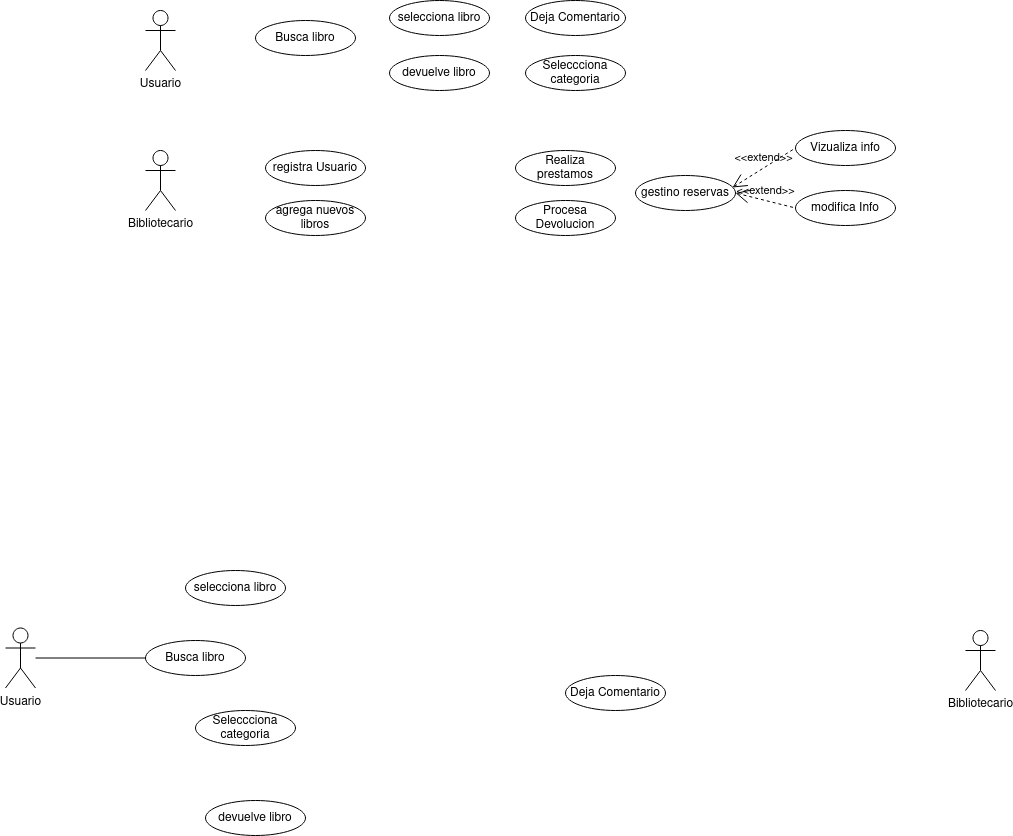
Above: practicas/DiagramaCUProyecto.png in adogonz23/programacion (draw.io), before the change. Source tidied: cells renumbered, new cells last; positions are measured from the earlier drawing's top-left corner, leaving out a move shared by most shapes.
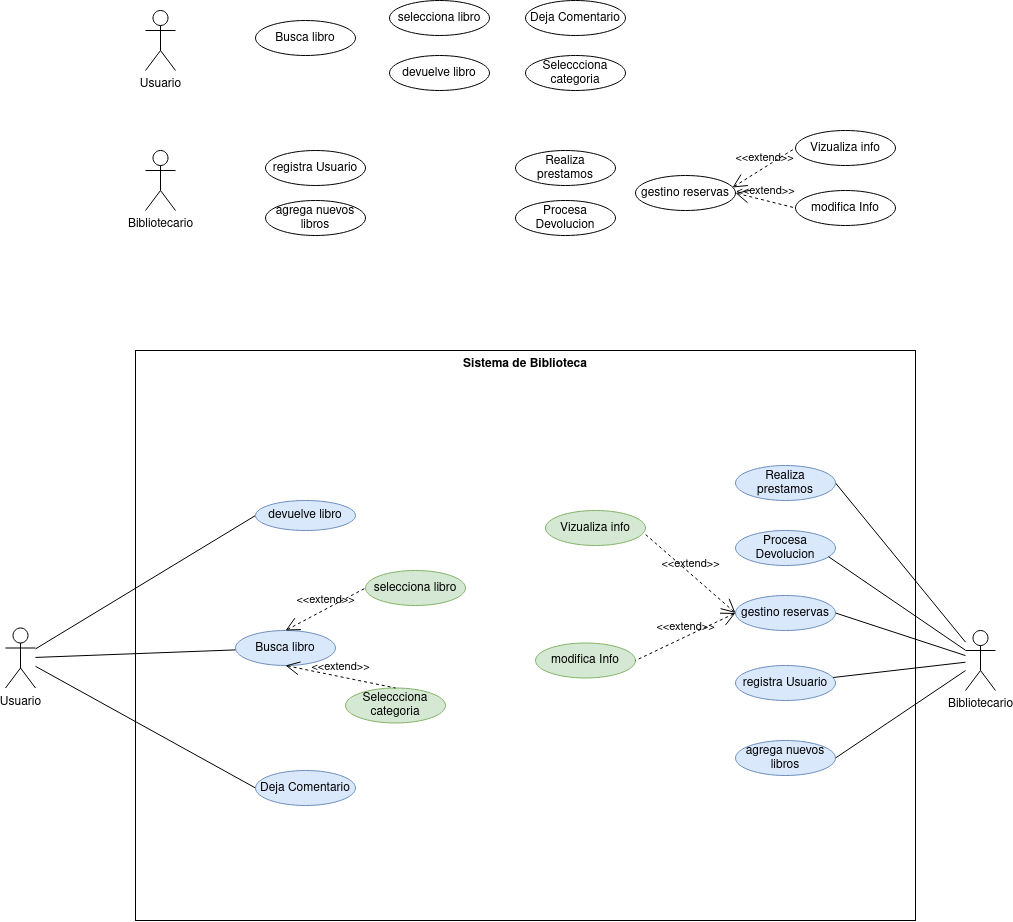
Later version of the same file.

Diff of the diagram source:
```diff
@@ -1,4 +1,4 @@
-<mxGraphModel>
+<mxGraphModel background="#ffffff">
   <root>
     <mxCell id="0" />
     <mxCell id="1" parent="0" />
@@ -53,26 +53,83 @@
     <mxCell id="18" style="rounded=0;jettySize=auto;html=1;endArrow=none;endFill=0;" parent="1" edge="1" source="19" target="21">
       <mxGeometry relative="1" as="geometry" />
     </mxCell>
+    <mxCell id="26" style="rounded=0;jettySize=auto;html=1;entryX=0;entryY=0.5;entryDx=0;entryDy=0;endArrow=none;endFill=0;" parent="1" edge="1" source="19" target="22">
+      <mxGeometry relative="1" as="geometry" />
+    </mxCell>
+    <mxCell id="27" style="rounded=0;jettySize=auto;html=1;entryX=0;entryY=0.5;entryDx=0;entryDy=0;fontFamily=Helvetica;fontSize=12;fontColor=default;endArrow=none;endFill=0;" parent="1" edge="1" source="19" target="25">
+      <mxGeometry relative="1" as="geometry" />
+    </mxCell>
     <mxCell id="19" value="Usuario" style="shape=umlActor;html=1;verticalLabelPosition=bottom;verticalAlign=top;align=center;" parent="1" vertex="1">
       <mxGeometry y="627.5" width="30" height="60" as="geometry" />
     </mxCell>
+    <mxCell id="28" style="rounded=0;jettySize=auto;html=1;entryX=1;entryY=0.5;entryDx=0;entryDy=0;fontFamily=Helvetica;fontSize=12;fontColor=default;endArrow=none;endFill=0;" parent="1" edge="1" source="20" target="35">
+      <mxGeometry relative="1" as="geometry" />
+    </mxCell>
+    <mxCell id="29" style="edgeStyle=none;shape=connector;rounded=0;jettySize=auto;html=1;entryX=1;entryY=0.5;entryDx=0;entryDy=0;labelBackgroundColor=default;strokeColor=default;align=center;verticalAlign=middle;fontFamily=Helvetica;fontSize=12;fontColor=default;endArrow=none;endFill=0;" parent="1" edge="1" source="20" target="36">
+      <mxGeometry relative="1" as="geometry" />
+    </mxCell>
+    <mxCell id="30" style="edgeStyle=none;shape=connector;rounded=0;jettySize=auto;html=1;labelBackgroundColor=default;strokeColor=default;align=center;verticalAlign=middle;fontFamily=Helvetica;fontSize=12;fontColor=default;endArrow=none;endFill=0;" parent="1" edge="1" source="20" target="37">
+      <mxGeometry relative="1" as="geometry" />
+    </mxCell>
+    <mxCell id="31" style="edgeStyle=none;shape=connector;rounded=0;jettySize=auto;html=1;entryX=1;entryY=0.5;entryDx=0;entryDy=0;labelBackgroundColor=default;strokeColor=default;align=center;verticalAlign=middle;fontFamily=Helvetica;fontSize=12;fontColor=default;endArrow=none;endFill=0;" parent="1" edge="1" source="20" target="38">
+      <mxGeometry relative="1" as="geometry" />
+    </mxCell>
     <mxCell id="20" value="Bibliotecario" style="shape=umlActor;html=1;verticalLabelPosition=bottom;verticalAlign=top;align=center;" parent="1" vertex="1">
       <mxGeometry x="960" y="630" width="30" height="60" as="geometry" />
     </mxCell>
-    <mxCell id="21" value="Busca libro" style="ellipse;whiteSpace=wrap;html=1;" parent="1" vertex="1">
-      <mxGeometry x="140" y="640" width="100" height="35" as="geometry" />
+    <mxCell id="21" value="Busca libro" style="ellipse;whiteSpace=wrap;html=1;fillColor=#dae8fc;strokeColor=#6c8ebf;" parent="1" vertex="1">
+      <mxGeometry x="230" y="630" width="100" height="35" as="geometry" />
     </mxCell>
-    <mxCell id="22" value="devuelve libro" style="ellipse;whiteSpace=wrap;html=1;" parent="1" vertex="1">
-      <mxGeometry x="200" y="800" width="100" height="35" as="geometry" />
+    <mxCell id="22" value="devuelve libro" style="ellipse;whiteSpace=wrap;html=1;fillColor=#dae8fc;strokeColor=#6c8ebf;" parent="1" vertex="1">
+      <mxGeometry x="250" y="500" width="100" height="30" as="geometry" />
     </mxCell>
-    <mxCell id="23" value="selecciona libro" style="ellipse;whiteSpace=wrap;html=1;" parent="1" vertex="1">
-      <mxGeometry x="180" y="570" width="100" height="35" as="geometry" />
+    <mxCell id="23" value="selecciona libro" style="ellipse;whiteSpace=wrap;html=1;fillColor=#d5e8d4;strokeColor=#82b366;" parent="1" vertex="1">
+      <mxGeometry x="360" y="570" width="100" height="35" as="geometry" />
     </mxCell>
-    <mxCell id="24" value="Seleccciona categoria" style="ellipse;whiteSpace=wrap;html=1;" parent="1" vertex="1">
-      <mxGeometry x="190" y="710" width="100" height="35" as="geometry" />
+    <mxCell id="24" value="Seleccciona categoria" style="ellipse;whiteSpace=wrap;html=1;fillColor=#d5e8d4;strokeColor=#82b366;" parent="1" vertex="1">
+      <mxGeometry x="340" y="687.5" width="100" height="35" as="geometry" />
     </mxCell>
-    <mxCell id="25" value="Deja Comentario" style="ellipse;whiteSpace=wrap;html=1;" parent="1" vertex="1">
-      <mxGeometry x="560" y="675" width="100" height="35" as="geometry" />
+    <mxCell id="25" value="Deja Comentario" style="ellipse;whiteSpace=wrap;html=1;fillColor=#dae8fc;strokeColor=#6c8ebf;" parent="1" vertex="1">
+      <mxGeometry x="250" y="770" width="100" height="35" as="geometry" />
     </mxCell>
+    <mxCell id="32" value="&amp;lt;&amp;lt;extend&amp;gt;&amp;gt;" style="edgeStyle=none;html=1;startArrow=open;endArrow=none;startSize=12;verticalAlign=bottom;dashed=1;labelBackgroundColor=none;rounded=0;entryX=0;entryY=0.5;entryDx=0;entryDy=0;exitX=0.5;exitY=0;exitDx=0;exitDy=0;" parent="1" edge="1" source="21" target="23">
+      <mxGeometry relative="1" as="geometry" />
+    </mxCell>
+    <mxCell id="33" value="&amp;lt;&amp;lt;extend&amp;gt;&amp;gt;" style="edgeStyle=none;html=1;startArrow=open;endArrow=none;startSize=12;verticalAlign=bottom;dashed=1;labelBackgroundColor=none;rounded=0;entryX=0.5;entryY=0;entryDx=0;entryDy=0;exitX=0.5;exitY=1;exitDx=0;exitDy=0;" parent="1" edge="1" source="21" target="24">
+      <mxGeometry relative="1" as="geometry" />
+    </mxCell>
+    <mxCell id="34" value="&lt;div&gt;Procesa&lt;/div&gt;&lt;div&gt;Devolucion&lt;/div&gt;" style="ellipse;whiteSpace=wrap;html=1;fillColor=#dae8fc;strokeColor=#6c8ebf;" parent="1" vertex="1">
+      <mxGeometry x="730" y="530" width="100" height="35" as="geometry" />
+    </mxCell>
+    <mxCell id="35" value="Realiza prestamos" style="ellipse;whiteSpace=wrap;html=1;fillColor=#dae8fc;strokeColor=#6c8ebf;" parent="1" vertex="1">
+      <mxGeometry x="730" y="465" width="100" height="35" as="geometry" />
+    </mxCell>
+    <mxCell id="36" value="gestino reservas" style="ellipse;whiteSpace=wrap;html=1;fillColor=#dae8fc;strokeColor=#6c8ebf;" parent="1" vertex="1">
+      <mxGeometry x="730" y="595" width="100" height="35" as="geometry" />
+    </mxCell>
+    <mxCell id="37" value="registra Usuario" style="ellipse;whiteSpace=wrap;html=1;fillColor=#dae8fc;strokeColor=#6c8ebf;" parent="1" vertex="1">
+      <mxGeometry x="730" y="665" width="100" height="35" as="geometry" />
+    </mxCell>
+    <mxCell id="38" value="&lt;div&gt;agrega nuevos&lt;/div&gt;&lt;div&gt;libros&lt;br&gt;&lt;/div&gt;" style="ellipse;whiteSpace=wrap;html=1;fillColor=#dae8fc;strokeColor=#6c8ebf;" parent="1" vertex="1">
+      <mxGeometry x="730" y="740" width="100" height="35" as="geometry" />
+    </mxCell>
+    <mxCell id="39" value="modifica Info" style="ellipse;whiteSpace=wrap;html=1;fillColor=#d5e8d4;strokeColor=#82b366;" parent="1" vertex="1">
+      <mxGeometry x="530" y="642.5" width="100" height="35" as="geometry" />
+    </mxCell>
+    <mxCell id="40" value="Vizualiza info" style="ellipse;whiteSpace=wrap;html=1;fillColor=#d5e8d4;strokeColor=#82b366;" parent="1" vertex="1">
+      <mxGeometry x="540" y="510" width="100" height="35" as="geometry" />
+    </mxCell>
+    <mxCell id="41" value="&amp;lt;&amp;lt;extend&amp;gt;&amp;gt;" style="edgeStyle=none;html=1;startArrow=open;endArrow=none;startSize=12;verticalAlign=bottom;dashed=1;labelBackgroundColor=none;rounded=0;entryX=0.997;entryY=0.676;entryDx=0;entryDy=0;exitX=0;exitY=0.5;exitDx=0;exitDy=0;entryPerimeter=0;" parent="1" edge="1" source="36" target="40">
+      <mxGeometry relative="1" as="geometry" />
+    </mxCell>
+    <mxCell id="42" value="&amp;lt;&amp;lt;extend&amp;gt;&amp;gt;" style="edgeStyle=none;html=1;startArrow=open;endArrow=none;startSize=12;verticalAlign=bottom;dashed=1;labelBackgroundColor=none;rounded=0;entryX=1;entryY=0.5;entryDx=0;entryDy=0;exitX=0;exitY=0.5;exitDx=0;exitDy=0;" parent="1" edge="1" source="36" target="39">
+      <mxGeometry relative="1" as="geometry" />
+    </mxCell>
+    <mxCell id="43" style="edgeStyle=none;shape=connector;rounded=0;jettySize=auto;html=1;entryX=0.93;entryY=0.748;entryDx=0;entryDy=0;entryPerimeter=0;labelBackgroundColor=default;strokeColor=default;align=center;verticalAlign=middle;fontFamily=Helvetica;fontSize=12;fontColor=default;endArrow=none;endFill=0;" parent="1" edge="1" source="20" target="34">
+      <mxGeometry relative="1" as="geometry" />
+    </mxCell>
+    <mxCell id="44" value="Sistema de Biblioteca" style="shape=rect;html=1;verticalAlign=top;fontStyle=1;whiteSpace=wrap;align=center;strokeColor=default;fontFamily=Helvetica;fontSize=12;fontColor=default;fillColor=none;" parent="1" vertex="1">
+      <mxGeometry x="130" y="350" width="780" height="570" as="geometry" />
+    </mxCell>
   </root>
 </mxGraphModel>
```
